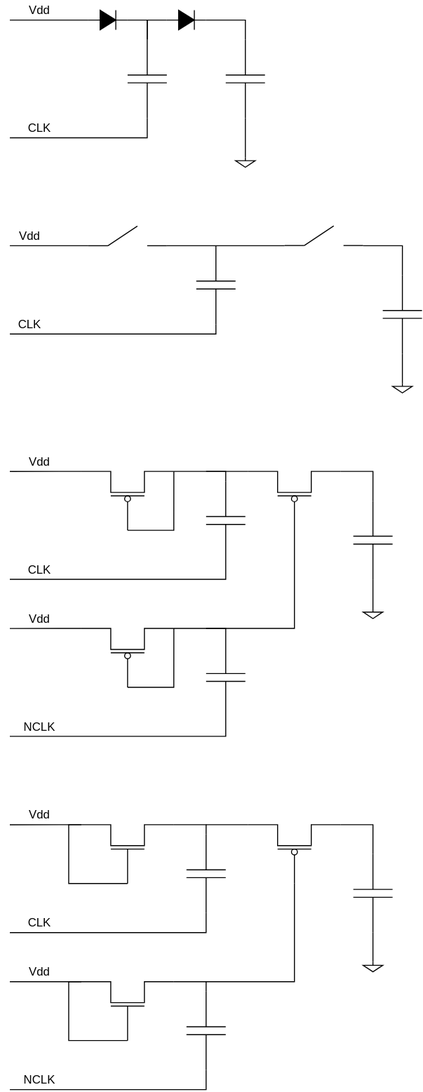
The draw.io diagram pump/main.svg in AntonGLi/analog_stuff, before a commit. Source tidied: cells renumbered, new cells last; positions are measured from the earlier drawing's top-left corner, leaving out a move shared by most shapes.
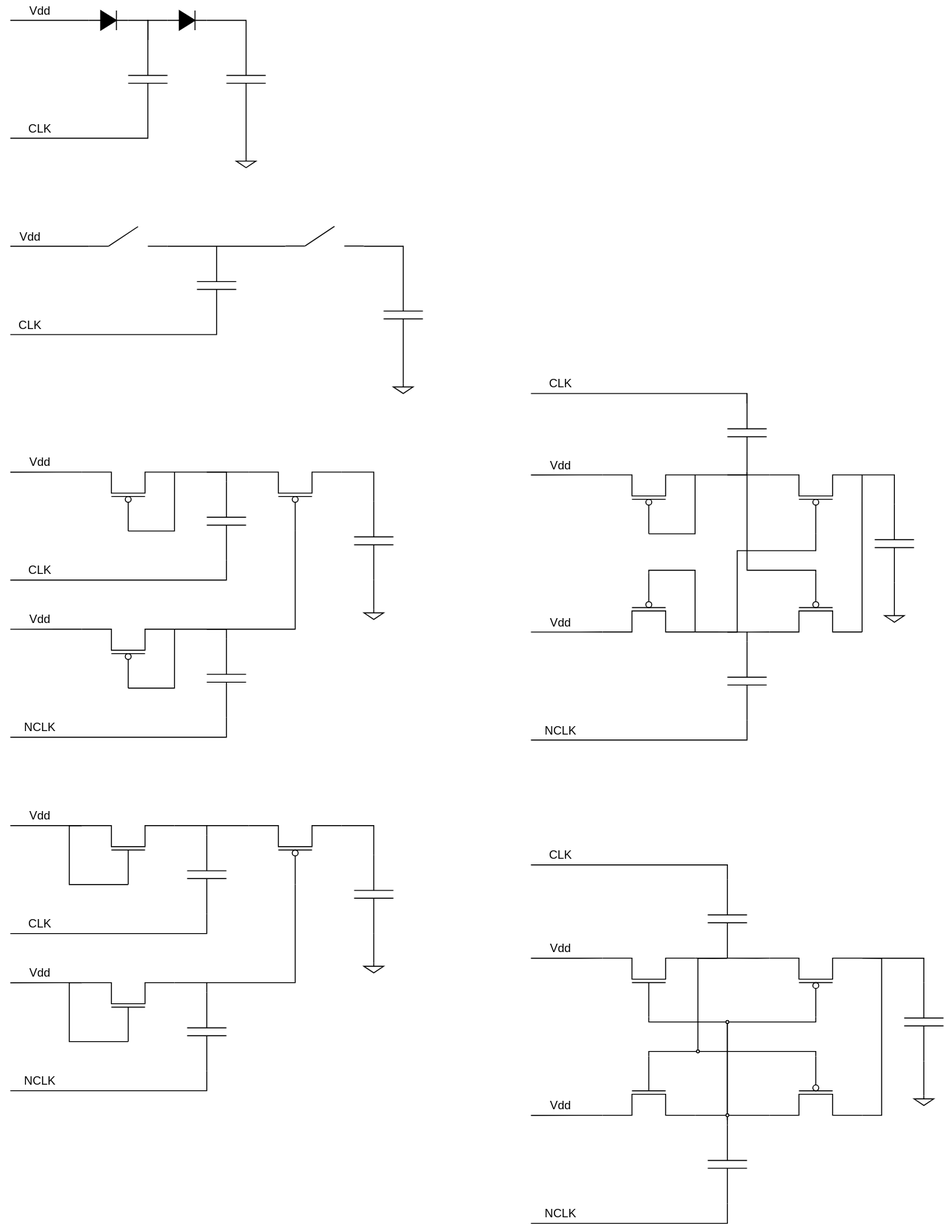
Later version of the same file.

Change to the diagram source:
```diff
@@ -418,5 +418,337 @@
         <mxPoint x="50" as="targetPoint" />
       </mxGeometry>
     </mxCell>
+    <mxCell id="81" style="edgeStyle=orthogonalEdgeStyle;rounded=0;orthogonalLoop=1;jettySize=auto;html=1;exitX=1;exitY=0;exitDx=0;exitDy=0;exitPerimeter=0;endArrow=none;endFill=0;" parent="1" edge="1">
+      <mxGeometry relative="1" as="geometry">
+        <mxPoint x="612.9" y="482.9" as="sourcePoint" />
+        <mxPoint x="540" y="482.9" as="targetPoint" />
+        <Array as="points">
+          <mxPoint x="590" y="482.9" />
+          <mxPoint x="590" y="482.9" />
+        </Array>
+      </mxGeometry>
+    </mxCell>
+    <mxCell id="82" style="edgeStyle=orthogonalEdgeStyle;rounded=0;orthogonalLoop=1;jettySize=auto;html=1;endArrow=none;endFill=0;" parent="1" edge="1">
+      <mxGeometry relative="1" as="geometry">
+        <mxPoint x="760" y="410" as="sourcePoint" />
+        <mxPoint x="540" y="400" as="targetPoint" />
+        <Array as="points">
+          <mxPoint x="740" y="400" />
+          <mxPoint x="540" y="400" />
+        </Array>
+      </mxGeometry>
+    </mxCell>
+    <mxCell id="83" style="verticalLabelPosition=bottom;shadow=0;dashed=0;align=center;html=1;verticalAlign=top;shape=mxgraph.electrical.capacitors.capacitor_1;rotation=90;flipH=1;" parent="1" vertex="1">
+      <mxGeometry x="720" y="420" width="80" height="40" as="geometry" />
+    </mxCell>
+    <mxCell id="84" style="edgeStyle=orthogonalEdgeStyle;rounded=0;jettySize=auto;html=1;exitX=1;exitY=1;exitDx=0;exitDy=0;exitPerimeter=0;entryX=0;entryY=0.5;entryDx=0;entryDy=0;entryPerimeter=0;endArrow=none;endFill=0;" parent="1" edge="1" target="83">
+      <mxGeometry relative="1" as="geometry">
+        <mxPoint x="707.1" y="482.9" as="sourcePoint" />
+        <Array as="points">
+          <mxPoint x="760" y="482.9" />
+        </Array>
+      </mxGeometry>
+    </mxCell>
+    <mxCell id="85" value="CLK" style="text;html=1;align=center;verticalAlign=middle;whiteSpace=wrap;rounded=0;" parent="1" vertex="1">
+      <mxGeometry x="540" y="380" width="60" height="20" as="geometry" />
+    </mxCell>
+    <mxCell id="86" value="Vdd" style="text;html=1;align=center;verticalAlign=middle;whiteSpace=wrap;rounded=0;" parent="1" vertex="1">
+      <mxGeometry x="540" y="462.9" width="60" height="20" as="geometry" />
+    </mxCell>
+    <mxCell id="87" style="edgeStyle=orthogonalEdgeStyle;rounded=0;orthogonalLoop=1;jettySize=auto;html=1;exitX=1;exitY=0;exitDx=0;exitDy=0;exitPerimeter=0;endArrow=none;endFill=0;" parent="1" edge="1">
+      <mxGeometry relative="1" as="geometry">
+        <mxPoint x="612.9" y="642.9" as="sourcePoint" />
+        <mxPoint x="540" y="642.9" as="targetPoint" />
+        <Array as="points">
+          <mxPoint x="590" y="642.9" />
+          <mxPoint x="590" y="642.9" />
+        </Array>
+      </mxGeometry>
+    </mxCell>
+    <mxCell id="88" style="edgeStyle=orthogonalEdgeStyle;rounded=0;jettySize=auto;html=1;exitX=1;exitY=0.5;exitDx=0;exitDy=0;exitPerimeter=0;endArrow=none;endFill=0;" parent="1" edge="1" source="89">
+      <mxGeometry relative="1" as="geometry">
+        <mxPoint x="540" y="752.9" as="targetPoint" />
+        <Array as="points">
+          <mxPoint x="740" y="752.9" />
+          <mxPoint x="540" y="752.9" />
+        </Array>
+      </mxGeometry>
+    </mxCell>
+    <mxCell id="89" style="verticalLabelPosition=bottom;shadow=0;dashed=0;align=center;html=1;verticalAlign=top;shape=mxgraph.electrical.capacitors.capacitor_1;rotation=90;" parent="1" vertex="1">
+      <mxGeometry x="720" y="672.9" width="80" height="40" as="geometry" />
+    </mxCell>
+    <mxCell id="90" style="edgeStyle=orthogonalEdgeStyle;rounded=0;jettySize=auto;html=1;exitX=1;exitY=1;exitDx=0;exitDy=0;exitPerimeter=0;entryX=0;entryY=0.5;entryDx=0;entryDy=0;entryPerimeter=0;endArrow=none;endFill=0;" parent="1" edge="1" target="89">
+      <mxGeometry relative="1" as="geometry">
+        <mxPoint x="707.1" y="642.9" as="sourcePoint" />
+        <Array as="points">
+          <mxPoint x="760" y="642.9" />
+        </Array>
+      </mxGeometry>
+    </mxCell>
+    <mxCell id="91" value="NCLK" style="text;html=1;align=center;verticalAlign=middle;whiteSpace=wrap;rounded=0;" parent="1" vertex="1">
+      <mxGeometry x="540" y="732.9" width="60" height="20" as="geometry" />
+    </mxCell>
+    <mxCell id="92" value="Vdd" style="text;html=1;align=center;verticalAlign=middle;whiteSpace=wrap;rounded=0;" parent="1" vertex="1">
+      <mxGeometry x="540" y="622.9" width="60" height="20" as="geometry" />
+    </mxCell>
+    <mxCell id="93" style="verticalLabelPosition=bottom;shadow=0;dashed=0;align=center;html=1;verticalAlign=top;shape=mxgraph.electrical.capacitors.capacitor_1;rotation=90;" parent="1" vertex="1">
+      <mxGeometry x="870" y="532.9" width="80" height="40" as="geometry" />
+    </mxCell>
+    <mxCell id="94" style="verticalLabelPosition=bottom;shadow=0;dashed=0;align=center;html=1;verticalAlign=top;shape=mxgraph.electrical.signal_sources.signal_ground;" parent="1" vertex="1">
+      <mxGeometry x="900" y="622.9" width="20" height="10" as="geometry" />
+    </mxCell>
+    <mxCell id="95" style="edgeStyle=orthogonalEdgeStyle;rounded=0;jettySize=auto;html=1;exitX=1;exitY=0.5;exitDx=0;exitDy=0;exitPerimeter=0;entryX=0.5;entryY=0;entryDx=0;entryDy=0;entryPerimeter=0;endArrow=none;endFill=0;" parent="1" edge="1" source="93" target="94">
+      <mxGeometry relative="1" as="geometry" />
+    </mxCell>
+    <mxCell id="96" style="edgeStyle=orthogonalEdgeStyle;rounded=0;orthogonalLoop=1;jettySize=auto;html=1;exitX=0;exitY=0.5;exitDx=0;exitDy=0;exitPerimeter=0;endArrow=none;endFill=0;" parent="1" edge="1">
+      <mxGeometry relative="1" as="geometry">
+        <mxPoint x="807.9" y="480" as="sourcePoint" />
+        <mxPoint x="808.1" y="480" as="targetPoint" />
+      </mxGeometry>
+    </mxCell>
+    <mxCell id="97" style="edgeStyle=orthogonalEdgeStyle;rounded=0;jettySize=auto;html=1;exitX=1;exitY=1;exitDx=0;exitDy=0;exitPerimeter=0;endArrow=none;endFill=0;entryX=0;entryY=0.5;entryDx=0;entryDy=0;entryPerimeter=0;" parent="1" edge="1" source="100" target="93">
+      <mxGeometry relative="1" as="geometry">
+        <Array as="points">
+          <mxPoint x="910" y="482.9" />
+        </Array>
+      </mxGeometry>
+    </mxCell>
+    <mxCell id="98" style="edgeStyle=orthogonalEdgeStyle;rounded=0;jettySize=auto;html=1;exitX=1;exitY=0;exitDx=0;exitDy=0;exitPerimeter=0;endArrow=none;endFill=0;" parent="1" edge="1" source="100">
+      <mxGeometry relative="1" as="geometry">
+        <mxPoint x="740" y="482.9" as="targetPoint" />
+        <Array as="points">
+          <mxPoint x="770" y="482.9" />
+          <mxPoint x="770" y="482.9" />
+        </Array>
+      </mxGeometry>
+    </mxCell>
+    <mxCell id="99" style="edgeStyle=orthogonalEdgeStyle;rounded=0;jettySize=auto;html=1;exitX=0;exitY=0.5;exitDx=0;exitDy=0;exitPerimeter=0;endArrow=none;endFill=0;" parent="1" edge="1" source="100">
+      <mxGeometry relative="1" as="geometry">
+        <mxPoint x="740" y="642.9" as="targetPoint" />
+        <Array as="points">
+          <mxPoint x="830" y="560" />
+          <mxPoint x="750" y="560" />
+          <mxPoint x="750" y="643" />
+        </Array>
+      </mxGeometry>
+    </mxCell>
+    <mxCell id="100" style="verticalLabelPosition=bottom;shadow=0;dashed=0;align=center;html=1;verticalAlign=top;shape=(stored shape, 420 characters);rotation=-90;fillColor=none;" parent="1" vertex="1">
+      <mxGeometry x="800" y="462.9" width="60" height="100" as="geometry" />
+    </mxCell>
+    <mxCell id="101" style="edgeStyle=orthogonalEdgeStyle;rounded=0;jettySize=auto;html=1;exitX=1;exitY=0;exitDx=0;exitDy=0;exitPerimeter=0;endArrow=none;endFill=0;" parent="1" edge="1" source="103">
+      <mxGeometry relative="1" as="geometry">
+        <mxPoint x="540" y="975.1" as="targetPoint" />
+        <Array as="points">
+          <mxPoint x="590" y="975" />
+          <mxPoint x="590" y="975" />
+        </Array>
+      </mxGeometry>
+    </mxCell>
+    <mxCell id="102" style="edgeStyle=orthogonalEdgeStyle;rounded=0;jettySize=auto;html=1;exitX=0;exitY=0.5;exitDx=0;exitDy=0;exitPerimeter=0;endArrow=none;endFill=0;" parent="1" edge="1" source="103">
+      <mxGeometry relative="1" as="geometry">
+        <mxPoint x="740" y="1140" as="targetPoint" />
+        <Array as="points">
+          <mxPoint x="660" y="1040" />
+          <mxPoint x="740" y="1040" />
+        </Array>
+      </mxGeometry>
+    </mxCell>
+    <mxCell id="103" style="verticalLabelPosition=bottom;shadow=0;dashed=0;align=center;html=1;verticalAlign=top;shape=(stored shape, 396 characters);rotation=-90;fillColor=none;" parent="1" vertex="1">
+      <mxGeometry x="630" y="955" width="60" height="100" as="geometry" />
+    </mxCell>
+    <mxCell id="104" style="edgeStyle=orthogonalEdgeStyle;rounded=0;jettySize=auto;html=1;exitX=1;exitY=0.5;exitDx=0;exitDy=0;exitPerimeter=0;endArrow=none;endFill=0;entryX=0;entryY=1;entryDx=0;entryDy=0;" parent="1" edge="1" source="105" target="107">
+      <mxGeometry relative="1" as="geometry">
+        <Array as="points">
+          <mxPoint x="740" y="880" />
+        </Array>
+      </mxGeometry>
+    </mxCell>
+    <mxCell id="105" style="verticalLabelPosition=bottom;shadow=0;dashed=0;align=center;html=1;verticalAlign=top;shape=mxgraph.electrical.capacitors.capacitor_1;rotation=90;flipH=1;" parent="1" vertex="1">
+      <mxGeometry x="700" y="915" width="80" height="40" as="geometry" />
+    </mxCell>
+    <mxCell id="106" style="edgeStyle=orthogonalEdgeStyle;rounded=0;jettySize=auto;html=1;exitX=1;exitY=1;exitDx=0;exitDy=0;exitPerimeter=0;entryX=0;entryY=0.5;entryDx=0;entryDy=0;entryPerimeter=0;endArrow=none;endFill=0;" parent="1" edge="1" source="103" target="105">
+      <mxGeometry relative="1" as="geometry">
+        <Array as="points">
+          <mxPoint x="740" y="975" />
+        </Array>
+      </mxGeometry>
+    </mxCell>
+    <mxCell id="107" value="CLK" style="text;html=1;align=center;verticalAlign=middle;whiteSpace=wrap;rounded=0;" parent="1" vertex="1">
+      <mxGeometry x="540" y="860" width="60" height="20" as="geometry" />
+    </mxCell>
+    <mxCell id="108" value="Vdd" style="text;html=1;align=center;verticalAlign=middle;whiteSpace=wrap;rounded=0;" parent="1" vertex="1">
+      <mxGeometry x="540" y="955" width="60" height="20" as="geometry" />
+    </mxCell>
+    <mxCell id="109" style="edgeStyle=orthogonalEdgeStyle;rounded=0;jettySize=auto;html=1;exitX=1;exitY=0;exitDx=0;exitDy=0;exitPerimeter=0;endArrow=none;endFill=0;" parent="1" edge="1" source="111">
+      <mxGeometry relative="1" as="geometry">
+        <mxPoint x="540" y="1135.1" as="targetPoint" />
+        <Array as="points">
+          <mxPoint x="590" y="1135" />
+          <mxPoint x="590" y="1135" />
+        </Array>
+      </mxGeometry>
+    </mxCell>
+    <mxCell id="110" style="edgeStyle=orthogonalEdgeStyle;rounded=0;jettySize=auto;html=1;exitX=0;exitY=0.5;exitDx=0;exitDy=0;exitPerimeter=0;entryX=0;entryY=0.5;entryDx=0;entryDy=0;entryPerimeter=0;endArrow=none;endFill=0;" parent="1" edge="1" source="111" target="105">
+      <mxGeometry relative="1" as="geometry">
+        <Array as="points">
+          <mxPoint x="660" y="1070" />
+          <mxPoint x="710" y="1070" />
+          <mxPoint x="710" y="975" />
+        </Array>
+      </mxGeometry>
+    </mxCell>
+    <mxCell id="111" style="verticalLabelPosition=bottom;shadow=0;dashed=0;align=center;html=1;verticalAlign=top;shape=(stored shape, 396 characters);rotation=-90;fillColor=none;flipH=1;" parent="1" vertex="1">
+      <mxGeometry x="630" y="1055" width="60" height="100" as="geometry" />
+    </mxCell>
+    <mxCell id="112" style="edgeStyle=orthogonalEdgeStyle;rounded=0;jettySize=auto;html=1;exitX=1;exitY=0.5;exitDx=0;exitDy=0;exitPerimeter=0;endArrow=none;endFill=0;" parent="1" edge="1" source="113">
+      <mxGeometry relative="1" as="geometry">
+        <mxPoint x="540" y="1245" as="targetPoint" />
+        <Array as="points">
+          <mxPoint x="740" y="1245" />
+          <mxPoint x="540" y="1245" />
+        </Array>
+      </mxGeometry>
+    </mxCell>
+    <mxCell id="113" style="verticalLabelPosition=bottom;shadow=0;dashed=0;align=center;html=1;verticalAlign=top;shape=mxgraph.electrical.capacitors.capacitor_1;rotation=90;" parent="1" vertex="1">
+      <mxGeometry x="700" y="1165" width="80" height="40" as="geometry" />
+    </mxCell>
+    <mxCell id="114" style="edgeStyle=orthogonalEdgeStyle;rounded=0;jettySize=auto;html=1;exitX=1;exitY=1;exitDx=0;exitDy=0;exitPerimeter=0;entryX=0;entryY=0.5;entryDx=0;entryDy=0;entryPerimeter=0;endArrow=none;endFill=0;" parent="1" edge="1" source="111" target="113">
+      <mxGeometry relative="1" as="geometry">
+        <Array as="points">
+          <mxPoint x="740" y="1135" />
+        </Array>
+      </mxGeometry>
+    </mxCell>
+    <mxCell id="115" value="NCLK" style="text;html=1;align=center;verticalAlign=middle;whiteSpace=wrap;rounded=0;" parent="1" vertex="1">
+      <mxGeometry x="540" y="1225" width="60" height="20" as="geometry" />
+    </mxCell>
+    <mxCell id="116" value="Vdd" style="text;html=1;align=center;verticalAlign=middle;whiteSpace=wrap;rounded=0;" parent="1" vertex="1">
+      <mxGeometry x="540" y="1115" width="60" height="20" as="geometry" />
+    </mxCell>
+    <mxCell id="117" style="verticalLabelPosition=bottom;shadow=0;dashed=0;align=center;html=1;verticalAlign=top;shape=mxgraph.electrical.capacitors.capacitor_1;rotation=90;" parent="1" vertex="1">
+      <mxGeometry x="900" y="1020" width="80" height="40" as="geometry" />
+    </mxCell>
+    <mxCell id="118" style="verticalLabelPosition=bottom;shadow=0;dashed=0;align=center;html=1;verticalAlign=top;shape=mxgraph.electrical.signal_sources.signal_ground;" parent="1" vertex="1">
+      <mxGeometry x="930" y="1115" width="20" height="10" as="geometry" />
+    </mxCell>
+    <mxCell id="119" style="edgeStyle=orthogonalEdgeStyle;rounded=0;jettySize=auto;html=1;exitX=1;exitY=0.5;exitDx=0;exitDy=0;exitPerimeter=0;entryX=0.5;entryY=0;entryDx=0;entryDy=0;entryPerimeter=0;endArrow=none;endFill=0;" parent="1" edge="1" source="117" target="118">
+      <mxGeometry relative="1" as="geometry" />
+    </mxCell>
+    <mxCell id="120" style="edgeStyle=orthogonalEdgeStyle;rounded=0;orthogonalLoop=1;jettySize=auto;html=1;exitX=0;exitY=0.5;exitDx=0;exitDy=0;exitPerimeter=0;endArrow=none;endFill=0;" parent="1" edge="1">
+      <mxGeometry relative="1" as="geometry">
+        <mxPoint x="807.9" y="972.1" as="sourcePoint" />
+        <mxPoint x="808.1" y="972.1" as="targetPoint" />
+      </mxGeometry>
+    </mxCell>
+    <mxCell id="121" style="edgeStyle=orthogonalEdgeStyle;rounded=0;jettySize=auto;html=1;exitX=1;exitY=1;exitDx=0;exitDy=0;exitPerimeter=0;endArrow=none;endFill=0;entryX=0;entryY=0.5;entryDx=0;entryDy=0;entryPerimeter=0;" parent="1" edge="1" source="124" target="117">
+      <mxGeometry relative="1" as="geometry">
+        <Array as="points">
+          <mxPoint x="940" y="975" />
+        </Array>
+      </mxGeometry>
+    </mxCell>
+    <mxCell id="122" style="edgeStyle=orthogonalEdgeStyle;rounded=0;jettySize=auto;html=1;exitX=1;exitY=0;exitDx=0;exitDy=0;exitPerimeter=0;endArrow=none;endFill=0;" parent="1" edge="1" source="124">
+      <mxGeometry relative="1" as="geometry">
+        <mxPoint x="740" y="975" as="targetPoint" />
+        <Array as="points">
+          <mxPoint x="770" y="975" />
+          <mxPoint x="770" y="975" />
+        </Array>
+      </mxGeometry>
+    </mxCell>
+    <mxCell id="123" style="edgeStyle=orthogonalEdgeStyle;rounded=0;jettySize=auto;html=1;exitX=0;exitY=0.5;exitDx=0;exitDy=0;exitPerimeter=0;endArrow=none;endFill=0;" parent="1" edge="1" source="124">
+      <mxGeometry relative="1" as="geometry">
+        <mxPoint x="740" y="1135" as="targetPoint" />
+        <Array as="points">
+          <mxPoint x="830" y="1040" />
+          <mxPoint x="740" y="1040" />
+        </Array>
+      </mxGeometry>
+    </mxCell>
+    <mxCell id="124" style="verticalLabelPosition=bottom;shadow=0;dashed=0;align=center;html=1;verticalAlign=top;shape=(stored shape, 420 characters);rotation=-90;fillColor=none;" parent="1" vertex="1">
+      <mxGeometry x="800" y="955" width="60" height="100" as="geometry" />
+    </mxCell>
+    <mxCell id="125" style="verticalLabelPosition=bottom;shadow=0;dashed=0;align=center;html=1;verticalAlign=top;shape=(stored shape, 420 characters);rotation=-90;fillColor=none;flipH=1;" parent="1" vertex="1">
+      <mxGeometry x="630" y="562.9" width="60" height="100" as="geometry" />
+    </mxCell>
+    <mxCell id="126" style="verticalLabelPosition=bottom;shadow=0;dashed=0;align=center;html=1;verticalAlign=top;shape=(stored shape, 420 characters);rotation=-90;fillColor=none;" parent="1" vertex="1">
+      <mxGeometry x="630" y="462.9" width="60" height="100" as="geometry" />
+    </mxCell>
+    <mxCell id="127" style="edgeStyle=orthogonalEdgeStyle;rounded=0;orthogonalLoop=1;jettySize=auto;html=1;exitX=0;exitY=0.5;exitDx=0;exitDy=0;exitPerimeter=0;entryX=1;entryY=1;entryDx=0;entryDy=0;entryPerimeter=0;endArrow=none;endFill=0;" parent="1" edge="1" source="126" target="126">
+      <mxGeometry relative="1" as="geometry">
+        <Array as="points">
+          <mxPoint x="707" y="542.9" />
+        </Array>
+      </mxGeometry>
+    </mxCell>
+    <mxCell id="128" style="edgeStyle=orthogonalEdgeStyle;rounded=0;jettySize=auto;html=1;exitX=1;exitY=0;exitDx=0;exitDy=0;exitPerimeter=0;endArrow=none;endFill=0;" parent="1" edge="1" source="130">
+      <mxGeometry relative="1" as="geometry">
+        <mxPoint x="760" y="642.9" as="targetPoint" />
+      </mxGeometry>
+    </mxCell>
+    <mxCell id="129" style="edgeStyle=orthogonalEdgeStyle;rounded=0;jettySize=auto;html=1;exitX=0;exitY=0.5;exitDx=0;exitDy=0;exitPerimeter=0;endArrow=none;endFill=0;" parent="1" edge="1" source="130">
+      <mxGeometry relative="1" as="geometry">
+        <mxPoint x="760" y="480" as="targetPoint" />
+        <Array as="points">
+          <mxPoint x="830" y="580" />
+          <mxPoint x="760" y="580" />
+        </Array>
+      </mxGeometry>
+    </mxCell>
+    <mxCell id="130" style="verticalLabelPosition=bottom;shadow=0;dashed=0;align=center;html=1;verticalAlign=top;shape=(stored shape, 420 characters);rotation=-90;fillColor=none;flipV=0;flipH=1;" parent="1" vertex="1">
+      <mxGeometry x="800" y="562.9" width="60" height="100" as="geometry" />
+    </mxCell>
+    <mxCell id="131" style="edgeStyle=orthogonalEdgeStyle;rounded=0;jettySize=auto;html=1;exitX=1;exitY=1;exitDx=0;exitDy=0;exitPerimeter=0;entryX=1;entryY=1;entryDx=0;entryDy=0;entryPerimeter=0;endArrow=none;endFill=0;" parent="1" edge="1" source="130" target="100">
+      <mxGeometry relative="1" as="geometry">
+        <Array as="points">
+          <mxPoint x="877" y="510" />
+        </Array>
+      </mxGeometry>
+    </mxCell>
+    <mxCell id="132" style="edgeStyle=orthogonalEdgeStyle;rounded=0;orthogonalLoop=1;jettySize=auto;html=1;entryX=1;entryY=1;entryDx=0;entryDy=0;entryPerimeter=0;exitX=0;exitY=0.5;exitDx=0;exitDy=0;exitPerimeter=0;endArrow=none;endFill=0;" parent="1" edge="1" source="125" target="125">
+      <mxGeometry relative="1" as="geometry">
+        <Array as="points">
+          <mxPoint x="660" y="580" />
+          <mxPoint x="707" y="580" />
+        </Array>
+      </mxGeometry>
+    </mxCell>
+    <mxCell id="133" style="edgeStyle=orthogonalEdgeStyle;rounded=0;jettySize=auto;html=1;exitX=1;exitY=0;exitDx=0;exitDy=0;exitPerimeter=0;endArrow=none;endFill=0;" parent="1" edge="1" source="136">
+      <mxGeometry relative="1" as="geometry">
+        <mxPoint x="740" y="1135" as="targetPoint" />
+        <Array as="points">
+          <mxPoint x="750" y="1135" />
+          <mxPoint x="750" y="1135" />
+        </Array>
+      </mxGeometry>
+    </mxCell>
+    <mxCell id="134" style="edgeStyle=orthogonalEdgeStyle;rounded=0;jettySize=auto;html=1;exitX=1;exitY=1;exitDx=0;exitDy=0;exitPerimeter=0;entryX=1;entryY=1;entryDx=0;entryDy=0;entryPerimeter=0;endArrow=none;endFill=0;" parent="1" edge="1" source="136" target="124">
+      <mxGeometry relative="1" as="geometry">
+        <Array as="points">
+          <mxPoint x="897" y="1135" />
+          <mxPoint x="897" y="975" />
+        </Array>
+      </mxGeometry>
+    </mxCell>
+    <mxCell id="135" style="edgeStyle=orthogonalEdgeStyle;rounded=0;jettySize=auto;html=1;exitX=0;exitY=0.5;exitDx=0;exitDy=0;exitPerimeter=0;endArrow=none;endFill=0;" parent="1" edge="1" source="136">
+      <mxGeometry relative="1" as="geometry">
+        <mxPoint x="710" y="1070" as="targetPoint" />
+        <Array as="points">
+          <mxPoint x="830" y="1070" />
+        </Array>
+      </mxGeometry>
+    </mxCell>
+    <mxCell id="136" style="verticalLabelPosition=bottom;shadow=0;dashed=0;align=center;html=1;verticalAlign=top;shape=(stored shape, 420 characters);rotation=-90;fillColor=none;flipH=1;" parent="1" vertex="1">
+      <mxGeometry x="800" y="1055" width="60" height="100" as="geometry" />
+    </mxCell>
+    <mxCell id="137" style="ellipse;whiteSpace=wrap;html=1;fillColor=#FBFBFB;strokeColor=light-dark(#000000,#FBFBFB);" parent="1" vertex="1">
+      <mxGeometry x="708.5" y="1068.5" width="3" height="3" as="geometry" />
+    </mxCell>
+    <mxCell id="138" style="ellipse;whiteSpace=wrap;html=1;fillColor=#FBFBFB;strokeColor=light-dark(#000000,#FBFBFB);" parent="1" vertex="1">
+      <mxGeometry x="738.5" y="1038.5" width="3" height="3" as="geometry" />
+    </mxCell>
+    <mxCell id="139" style="ellipse;whiteSpace=wrap;html=1;fillColor=#FBFBFB;strokeColor=light-dark(#000000,#FBFBFB);" parent="1" vertex="1">
+      <mxGeometry x="738.5" y="1133.5" width="3" height="3" as="geometry" />
+    </mxCell>
   </root>
 </mxGraphModel>
```
